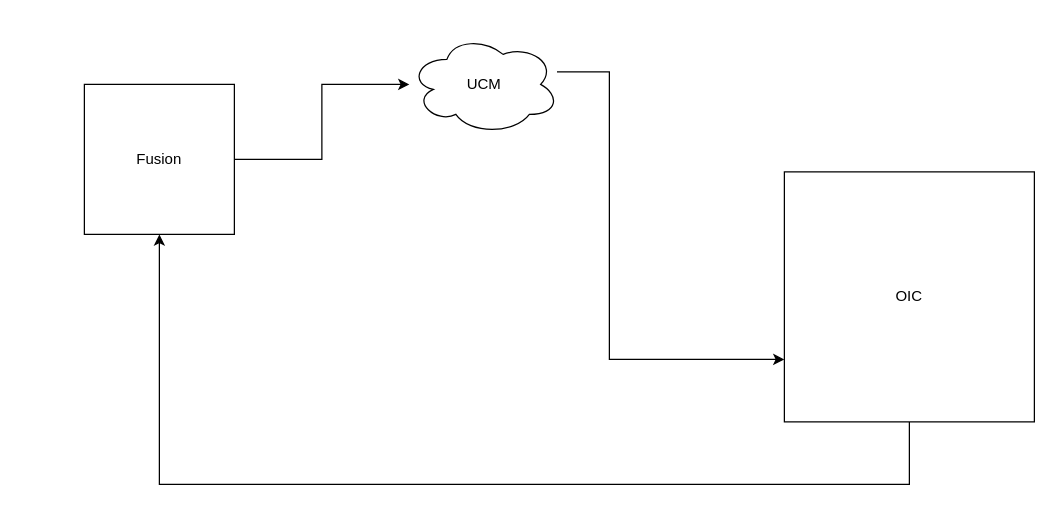
This is Untitled Diagram.drawio from anantwag19/Workspace, a draw.io file, before an edit. Source tidied: cells renumbered, new cells numbered last; positions are measured from the earlier drawing's top-left corner, leaving out a move shared by most shapes. Both pictures are drawn from the tidied source at 125%, with x=0, y=0 at pixel (84, 34).
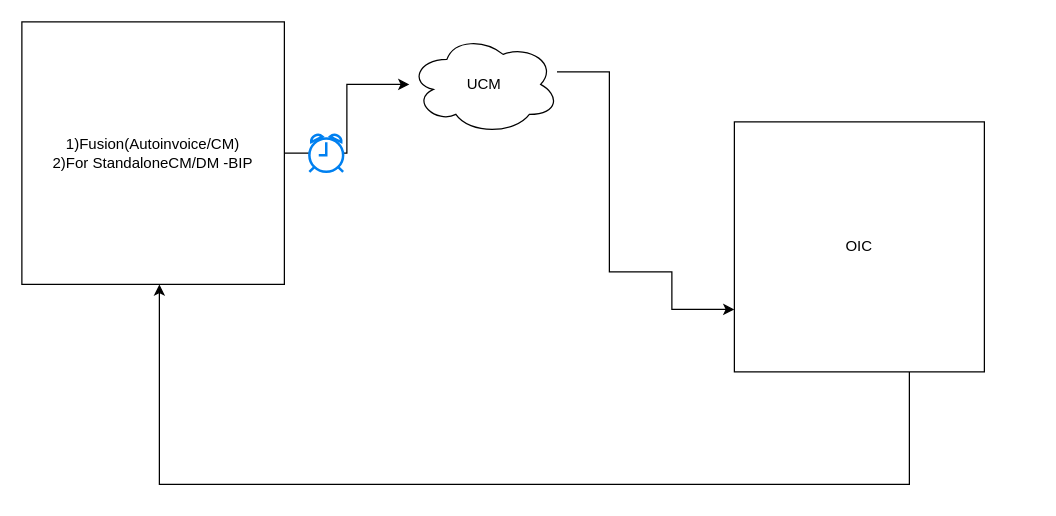
Above is the later version.

What changed in the source:
```diff
@@
 <mxGraphModel>
   <root>
     <mxCell id="0" />
     <mxCell id="1" parent="0" />
     <mxCell id="2" style="edgeStyle=orthogonalEdgeStyle;rounded=0;jettySize=auto;html=1;" parent="1" edge="1" source="3" target="5">
       <mxGeometry relative="1" as="geometry" />
     </mxCell>
-    <mxCell id="3" value="Fusion " style="whiteSpace=wrap;html=1;" parent="1" vertex="1">
-      <mxGeometry y="40" width="120" height="120" as="geometry" />
+    <mxCell id="3" value="&lt;div&gt;1)Fusion(Autoinvoice/CM)&lt;/div&gt;&lt;div&gt;2)For StandaloneCM/DM -BIP&lt;br&gt;&lt;/div&gt;" style="whiteSpace=wrap;html=1;" parent="1" vertex="1">
+      <mxGeometry x="-50" y="-10" width="210" height="210" as="geometry" />
     </mxCell>
     <mxCell id="4" style="edgeStyle=orthogonalEdgeStyle;rounded=0;jettySize=auto;html=1;entryX=0;entryY=0.75;entryDx=0;entryDy=0;entryPerimeter=0;" parent="1" edge="1" source="5" target="7">
       <mxGeometry relative="1" as="geometry">
         <Array as="points">
           <mxPoint x="420" y="30" />
-          <mxPoint x="420" y="260" />
+          <mxPoint x="420" y="190" />
+          <mxPoint x="470" y="190" />
         </Array>
       </mxGeometry>
     </mxCell>
     <mxCell id="5" value="UCM" style="ellipse;shape=cloud;whiteSpace=wrap;html=1;" parent="1" vertex="1">
       <mxGeometry x="260" width="120" height="80" as="geometry" />
     </mxCell>
     <mxCell id="6" style="edgeStyle=orthogonalEdgeStyle;rounded=0;jettySize=auto;html=1;" parent="1" edge="1" source="7" target="3">
       <mxGeometry relative="1" as="geometry">
         <Array as="points">
           <mxPoint x="660" y="360" />
           <mxPoint x="60" y="360" />
         </Array>
       </mxGeometry>
     </mxCell>
     <mxCell id="7" value="OIC " style="whiteSpace=wrap;html=1;" parent="1" vertex="1">
-      <mxGeometry x="560" y="110" width="200" height="200" as="geometry" />
+      <mxGeometry x="520" y="70" width="200" height="200" as="geometry" />
     </mxCell>
+    <mxCell id="8" style="html=1;verticalLabelPosition=bottom;align=center;labelBackgroundColor=#ffffff;verticalAlign=top;strokeWidth=2;strokeColor=#0080F0;shadow=0;dashed=0;shape=mxgraph.ios7.icons.alarm_clock;" parent="1" vertex="1">
+      <mxGeometry x="180" y="80" width="27" height="30" as="geometry" />
+    </mxCell>
   </root>
 </mxGraphModel>
```
